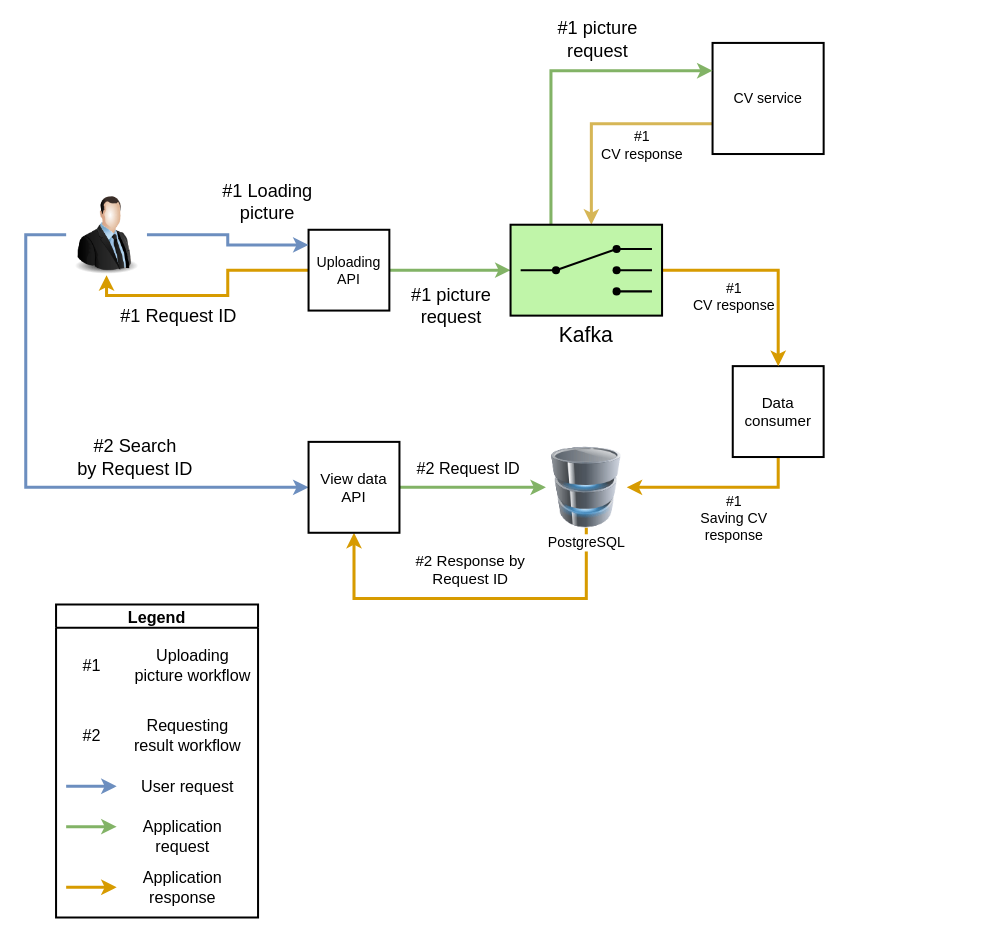
Earlier version of the draw.io diagram CV.drawio (stranger-inthenight/CV-doc). Source tidied: cells renumbered, new cells numbered last; positions are measured from the earlier drawing's top-left corner, leaving out a move shared by most shapes. Both pictures are drawn from the tidied source at 101%, with x=0, y=0 at pixel (25, 42).
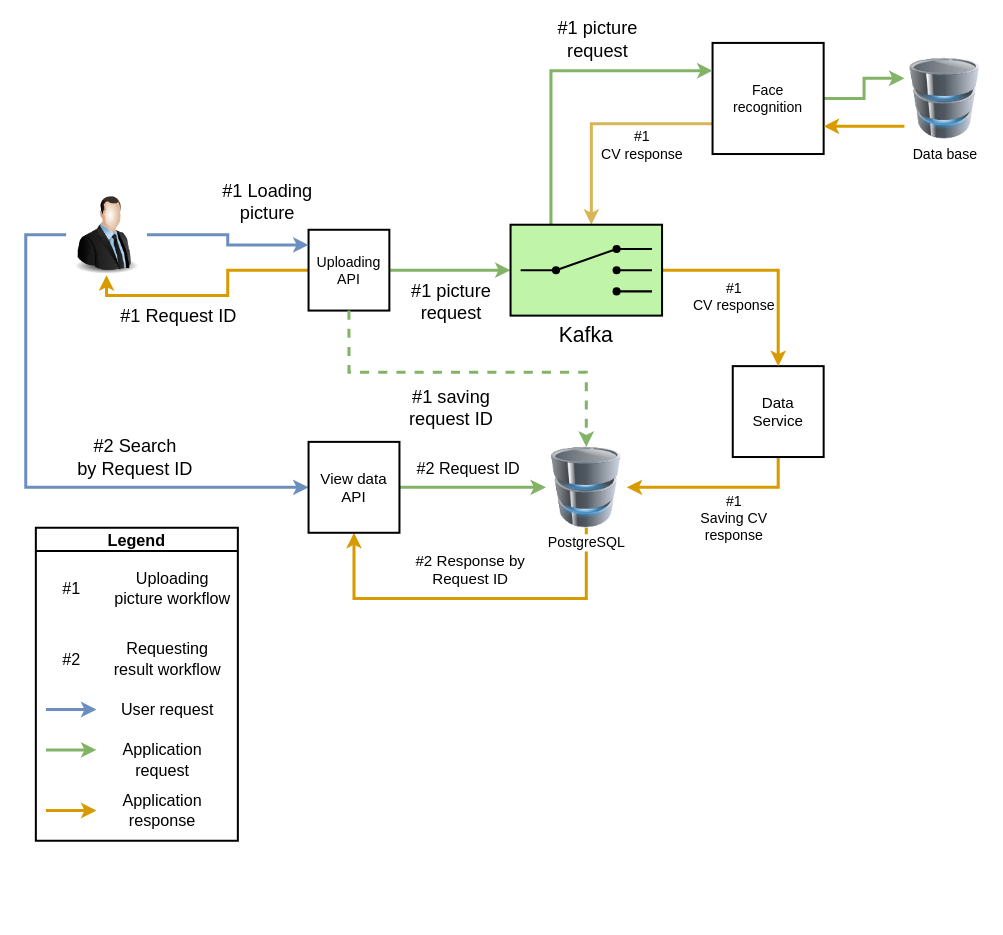
The same page after the edit.

The change refers to these unchanged cells:
```xml
<mxCell id="2" style="edgeStyle=orthogonalEdgeStyle;rounded=0;jettySize=auto;html=1;entryX=0;entryY=0.5;entryDx=0;entryDy=0;entryPerimeter=0;fontSize=21;fillColor=#d5e8d4;strokeColor=#82b366;strokeWidth=3;" parent="1" edge="1" source="6" target="17">
  <mxGeometry relative="1" as="geometry" />
</mxCell>
<mxCell id="25" value="PostgreSQL" style="image;html=1;image=img/lib/clip_art/computers/Database_128x128.png;strokeWidth=2;fontSize=14;" parent="1" vertex="1">
  <mxGeometry x="515" y="400" width="80" height="80" as="geometry" />
</mxCell>
```

Diff of the diagram source:
```diff
@@
     <mxCell id="3" value="#1 picture&lt;div style=&quot;font-size: 18px;&quot;&gt;request&lt;br style=&quot;font-size: 18px;&quot;&gt;&lt;/div&gt;" style="edgeLabel;html=1;align=center;verticalAlign=middle;fontSize=18;" parent="2" vertex="1">
       <mxGeometry x="-0.28" y="-1" relative="1" as="geometry">
-        <mxPoint x="17" y="34" as="offset" />
+        <mxPoint x="17" y="30" as="offset" />
       </mxGeometry>
     </mxCell>
@@
-    <mxCell id="6" value="&lt;div style=&quot;font-size: 14px&quot;&gt;Uploading&lt;/div&gt;&lt;div style=&quot;font-size: 14px&quot;&gt; API&lt;/div&gt;" style="whiteSpace=wrap;html=1;strokeWidth=2;fontSize=14;" parent="1" vertex="1">
+    <mxCell id="6" value="&lt;div style=&quot;font-size: 14px&quot;&gt;Uploading&lt;/div&gt;&lt;div&gt; API&lt;br&gt;&lt;/div&gt;" style="whiteSpace=wrap;html=1;strokeWidth=2;fontSize=14;" parent="1" vertex="1">
       <mxGeometry x="280" y="185" width="80" height="80" as="geometry" />
     </mxCell>
@@
+    <mxCell id="40" style="edgeStyle=orthogonalEdgeStyle;rounded=0;jettySize=auto;html=1;entryX=0;entryY=0.25;entryDx=0;entryDy=0;strokeWidth=3;fontSize=16;fillColor=#d5e8d4;strokeColor=#82b366;" parent="1" edge="1" source="9" target="42">
+      <mxGeometry relative="1" as="geometry" />
+    </mxCell>
-    <mxCell id="9" value="CV service" style="whiteSpace=wrap;html=1;strokeWidth=2;fontSize=14;" parent="1" vertex="1">
+    <mxCell id="9" value="&lt;div&gt;Face &lt;br&gt;&lt;/div&gt;&lt;div&gt;recognition&lt;/div&gt;" style="whiteSpace=wrap;html=1;strokeWidth=2;fontSize=14;" parent="1" vertex="1">
       <mxGeometry x="680" width="110" height="110" as="geometry" />
     </mxCell>
@@
-    <mxCell id="12" value="&lt;div style=&quot;font-size: 15px;&quot;&gt;Data &lt;br style=&quot;font-size: 15px;&quot;&gt;&lt;/div&gt;&lt;div style=&quot;font-size: 15px;&quot;&gt;consumer&lt;/div&gt;" style="whiteSpace=wrap;html=1;strokeWidth=2;fontSize=15;" parent="1" vertex="1">
+    <mxCell id="12" value="&lt;div&gt;Data&lt;/div&gt;&lt;div&gt;Service&lt;/div&gt;" style="whiteSpace=wrap;html=1;strokeWidth=2;fontSize=15;" parent="1" vertex="1">
       <mxGeometry x="700" y="320" width="90" height="90" as="geometry" />
     </mxCell>
@@
     <mxCell id="29" value="Legend" style="swimlane;strokeWidth=2;fontSize=16;" parent="1" vertex="1">
-      <mxGeometry x="30" y="556" width="200" height="310" as="geometry" />
+      <mxGeometry x="10" y="480" width="200" height="310" as="geometry" />
     </mxCell>
@@
+    <mxCell id="41" style="edgeStyle=orthogonalEdgeStyle;rounded=0;jettySize=auto;html=1;entryX=1;entryY=0.75;entryDx=0;entryDy=0;strokeWidth=3;fontSize=16;fillColor=#ffe6cc;strokeColor=#d79b00;" parent="1" edge="1" source="42" target="9">
+      <mxGeometry relative="1" as="geometry">
+        <Array as="points">
+          <mxPoint x="830" y="83" />
+        </Array>
+      </mxGeometry>
+    </mxCell>
+    <mxCell id="42" value="Data base" style="image;html=1;image=img/lib/clip_art/computers/Database_128x128.png;strokeWidth=2;fontSize=14;" parent="1" vertex="1">
+      <mxGeometry x="870" y="15" width="80" height="80" as="geometry" />
+    </mxCell>
+    <mxCell id="43" style="edgeStyle=orthogonalEdgeStyle;rounded=0;jettySize=auto;html=1;entryX=0.5;entryY=0;entryDx=0;entryDy=0;fontSize=21;fillColor=#d5e8d4;strokeColor=#82b366;strokeWidth=3;exitX=0.5;exitY=1;exitDx=0;exitDy=0;dashed=1;" parent="1" edge="1" source="6" target="25">
+      <mxGeometry relative="1" as="geometry">
+        <Array as="points">
+          <mxPoint x="320" y="326" />
+          <mxPoint x="555" y="326" />
+        </Array>
+      </mxGeometry>
+    </mxCell>
+    <mxCell id="44" value="#1 saving&lt;div style=&quot;font-size: 18px&quot;&gt;request ID&lt;br style=&quot;font-size: 18px&quot;&gt;&lt;/div&gt;" style="edgeLabel;html=1;align=center;verticalAlign=middle;fontSize=18;" parent="43" vertex="1">
+      <mxGeometry x="-0.28" y="-1" relative="1" as="geometry">
+        <mxPoint x="28" y="34" as="offset" />
+      </mxGeometry>
+    </mxCell>
```
